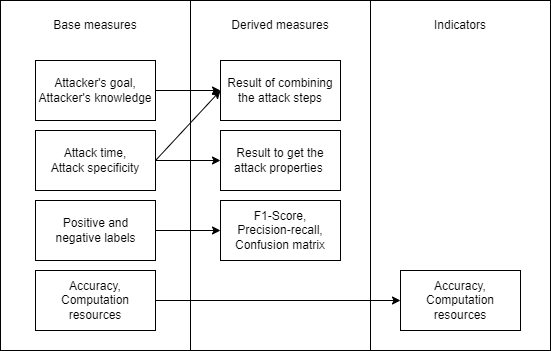
The draw.io diagram masterthesis_tex/pictures/derived_measures.png in EvilWatermelon/Adversarial-Machine-Learning, before a commit. Source tidied: cells renumbered, new cells last; positions are measured from the earlier drawing's top-left corner, leaving out a move shared by most shapes.
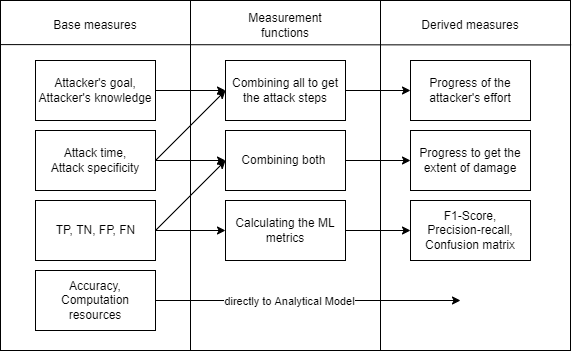
The same file after the commit.

The edit, as a diff of the source:
```diff
@@ -2,6 +2,9 @@
   <root>
     <mxCell id="0" />
     <mxCell id="1" parent="0" />
+    <mxCell id="22" style="rounded=0;whiteSpace=wrap;html=1;" parent="1" vertex="1">
+      <mxGeometry x="370" width="200" height="350" as="geometry" />
+    </mxCell>
     <mxCell id="2" style="rounded=0;whiteSpace=wrap;html=1;" parent="1" vertex="1">
       <mxGeometry width="190" height="350" as="geometry" />
     </mxCell>
@@ -20,47 +23,70 @@
     <mxCell id="7" style="rounded=0;whiteSpace=wrap;html=1;" parent="1" vertex="1">
       <mxGeometry x="35" y="200" width="120" height="60" as="geometry" />
     </mxCell>
-    <mxCell id="8" value="Positive and negative labels" style="text;html=1;strokeColor=none;fillColor=none;align=center;verticalAlign=middle;whiteSpace=wrap;rounded=0;" parent="1" vertex="1">
-      <mxGeometry x="47.5" y="215" width="95" height="30" as="geometry" />
-    </mxCell>
-    <mxCell id="9" style="rounded=0;whiteSpace=wrap;html=1;" parent="1" vertex="1">
-      <mxGeometry x="190" width="180" height="350" as="geometry" />
-    </mxCell>
+    <mxCell id="23" value="TP, TN, FP, FN" style="text;html=1;strokeColor=none;fillColor=none;align=center;verticalAlign=middle;whiteSpace=wrap;rounded=0;" parent="1" vertex="1">
+      <mxGeometry x="47.5" y="215" width="95" height="30" as="geometry" />
+    </mxCell>
+    <mxCell id="24" style="rounded=0;whiteSpace=wrap;html=1;" parent="1" vertex="1">
+      <mxGeometry x="190" width="190" height="350" as="geometry" />
+    </mxCell>
+    <mxCell id="25" value="Progress of the attacker's effort" style="rounded=0;whiteSpace=wrap;html=1;" parent="1" vertex="1">
+      <mxGeometry x="410" y="60" width="120" height="60" as="geometry" />
+    </mxCell>
+    <mxCell id="26" value="Progress to get the extent of damage" style="rounded=0;whiteSpace=wrap;html=1;" parent="1" vertex="1">
+      <mxGeometry x="410" y="130" width="120" height="60" as="geometry" />
+    </mxCell>
+    <mxCell id="20" value="F1-Score,&lt;br&gt;Precision-recall,&lt;br&gt;Confusion matrix" style="rounded=0;whiteSpace=wrap;html=1;" parent="1" vertex="1">
+      <mxGeometry x="410" y="200" width="120" height="60" as="geometry" />
+    </mxCell>
     <mxCell id="10" value="Derived measures" style="text;html=1;strokeColor=none;fillColor=none;align=center;verticalAlign=middle;whiteSpace=wrap;rounded=0;" parent="1" vertex="1">
-      <mxGeometry x="225" y="10" width="110" height="30" as="geometry" />
+      <mxGeometry x="415" y="10" width="110" height="30" as="geometry" />
     </mxCell>
-    <mxCell id="11" value="Result of combining the attack steps" style="rounded=0;whiteSpace=wrap;html=1;" parent="1" vertex="1">
-      <mxGeometry x="220" y="60" width="120" height="60" as="geometry" />
-    </mxCell>
-    <mxCell id="12" style="endArrow=classic;html=1;rounded=0;exitX=1;exitY=0.5;exitDx=0;exitDy=0;entryX=0;entryY=0.5;entryDx=0;entryDy=0;" parent="1" edge="1" source="6" target="11">
-      <mxGeometry relative="1" as="geometry" />
-    </mxCell>
-    <mxCell id="13" style="endArrow=classic;html=1;rounded=0;exitX=1;exitY=0.5;exitDx=0;exitDy=0;entryX=0;entryY=0.5;entryDx=0;entryDy=0;" parent="1" edge="1" source="4" target="11">
-      <mxGeometry relative="1" as="geometry" />
-    </mxCell>
-    <mxCell id="14" value="Result to get the attack properties&amp;nbsp;" style="rounded=0;whiteSpace=wrap;html=1;" parent="1" vertex="1">
-      <mxGeometry x="220" y="130" width="120" height="60" as="geometry" />
-    </mxCell>
-    <mxCell id="15" style="endArrow=classic;html=1;rounded=0;exitX=1;exitY=0.5;exitDx=0;exitDy=0;entryX=0;entryY=0.5;entryDx=0;entryDy=0;" parent="1" edge="1" source="4" target="14">
-      <mxGeometry relative="1" as="geometry" />
-    </mxCell>
-    <mxCell id="16" style="rounded=0;whiteSpace=wrap;html=1;" parent="1" vertex="1">
-      <mxGeometry x="370" width="180" height="350" as="geometry" />
-    </mxCell>
-    <mxCell id="17" value="Indicators" style="text;html=1;strokeColor=none;fillColor=none;align=center;verticalAlign=middle;whiteSpace=wrap;rounded=0;" parent="1" vertex="1">
-      <mxGeometry x="430" y="10" width="60" height="30" as="geometry" />
-    </mxCell>
-    <mxCell id="18" value="Accuracy,&lt;br&gt;Computation resources" style="rounded=0;whiteSpace=wrap;html=1;" parent="1" vertex="1">
-      <mxGeometry x="400" y="270" width="120" height="60" as="geometry" />
-    </mxCell>
-    <mxCell id="19" style="endArrow=classic;html=1;rounded=0;exitX=1;exitY=0.5;exitDx=0;exitDy=0;entryX=0;entryY=0.5;entryDx=0;entryDy=0;" parent="1" edge="1" source="5" target="18">
-      <mxGeometry relative="1" as="geometry" />
-    </mxCell>
-    <mxCell id="20" value="F1-Score,&lt;br&gt;Precision-recall,&lt;br&gt;Confusion matrix" style="rounded=0;whiteSpace=wrap;html=1;" parent="1" vertex="1">
-      <mxGeometry x="220" y="200" width="120" height="60" as="geometry" />
-    </mxCell>
-    <mxCell id="21" style="endArrow=classic;html=1;rounded=0;exitX=1;exitY=0.5;exitDx=0;exitDy=0;entryX=0;entryY=0.5;entryDx=0;entryDy=0;" parent="1" edge="1" source="7" target="20">
-      <mxGeometry relative="1" as="geometry" />
-    </mxCell>
+    <mxCell id="27" value="Measurement functions" style="text;html=1;strokeColor=none;fillColor=none;align=center;verticalAlign=middle;whiteSpace=wrap;rounded=0;" parent="1" vertex="1">
+      <mxGeometry x="230" y="10" width="110" height="30" as="geometry" />
+    </mxCell>
+    <mxCell id="28" style="endArrow=classic;html=1;rounded=0;exitX=1;exitY=0.5;exitDx=0;exitDy=0;" parent="1" edge="1" source="5">
+      <mxGeometry relative="1" as="geometry">
+        <mxPoint x="460" y="300" as="targetPoint" />
+      </mxGeometry>
+    </mxCell>
+    <mxCell id="29" value="directly to Analytical Model" style="edgeLabel;html=1;align=center;verticalAlign=middle;" parent="28" vertex="1">
+      <mxGeometry x="-0.13" relative="1" as="geometry" />
+    </mxCell>
+    <mxCell id="30" value="Combining all to get the attack steps" style="rounded=0;whiteSpace=wrap;html=1;" parent="1" vertex="1">
+      <mxGeometry x="225" y="60" width="120" height="60" as="geometry" />
+    </mxCell>
+    <mxCell id="31" value="Calculating the ML metrics" style="rounded=0;whiteSpace=wrap;html=1;" parent="1" vertex="1">
+      <mxGeometry x="225" y="200" width="120" height="60" as="geometry" />
+    </mxCell>
+    <mxCell id="32" value="Combining both&amp;nbsp;" style="rounded=0;whiteSpace=wrap;html=1;" parent="1" vertex="1">
+      <mxGeometry x="225" y="130" width="120" height="60" as="geometry" />
+    </mxCell>
+    <mxCell id="33" style="endArrow=classic;html=1;rounded=0;exitX=1;exitY=0.5;exitDx=0;exitDy=0;entryX=0;entryY=0.5;entryDx=0;entryDy=0;" parent="1" edge="1" source="7" target="31">
+      <mxGeometry relative="1" as="geometry" />
+    </mxCell>
+    <mxCell id="34" style="endArrow=classic;html=1;rounded=0;exitX=1;exitY=0.5;exitDx=0;exitDy=0;entryX=0;entryY=0.5;entryDx=0;entryDy=0;" parent="1" edge="1" source="31" target="20">
+      <mxGeometry relative="1" as="geometry" />
+    </mxCell>
+    <mxCell id="35" style="endArrow=classic;html=1;rounded=0;exitX=1;exitY=0.5;exitDx=0;exitDy=0;entryX=0;entryY=0.5;entryDx=0;entryDy=0;" parent="1" edge="1" source="4" target="32">
+      <mxGeometry relative="1" as="geometry" />
+    </mxCell>
+    <mxCell id="36" style="endArrow=classic;html=1;rounded=0;exitX=1;exitY=0.5;exitDx=0;exitDy=0;entryX=0;entryY=0.5;entryDx=0;entryDy=0;" parent="1" edge="1" source="4" target="30">
+      <mxGeometry relative="1" as="geometry" />
+    </mxCell>
+    <mxCell id="37" style="endArrow=classic;html=1;rounded=0;exitX=1;exitY=0.5;exitDx=0;exitDy=0;entryX=0;entryY=0.5;entryDx=0;entryDy=0;" parent="1" edge="1" source="6" target="30">
+      <mxGeometry relative="1" as="geometry" />
+    </mxCell>
+    <mxCell id="38" style="endArrow=classic;html=1;rounded=0;entryX=0;entryY=0.5;entryDx=0;entryDy=0;exitX=1;exitY=0.5;exitDx=0;exitDy=0;" parent="1" edge="1" source="32" target="26">
+      <mxGeometry relative="1" as="geometry" />
+    </mxCell>
+    <mxCell id="39" style="endArrow=classic;html=1;rounded=0;entryX=0;entryY=0.5;entryDx=0;entryDy=0;exitX=1;exitY=0.5;exitDx=0;exitDy=0;" parent="1" edge="1" source="30" target="25">
+      <mxGeometry relative="1" as="geometry" />
+    </mxCell>
+    <mxCell id="40" style="endArrow=none;html=1;rounded=0;exitX=0;exitY=0.126;exitDx=0;exitDy=0;exitPerimeter=0;entryX=1.003;entryY=0.127;entryDx=0;entryDy=0;entryPerimeter=0;" parent="1" edge="1" source="2" target="22">
+      <mxGeometry relative="1" as="geometry" />
+    </mxCell>
+    <mxCell id="41" style="endArrow=classic;html=1;rounded=0;exitX=1;exitY=0.5;exitDx=0;exitDy=0;entryX=0;entryY=0.5;entryDx=0;entryDy=0;" parent="1" edge="1" source="7" target="32">
+      <mxGeometry relative="1" as="geometry" />
+    </mxCell>
   </root>
 </mxGraphModel>
```
